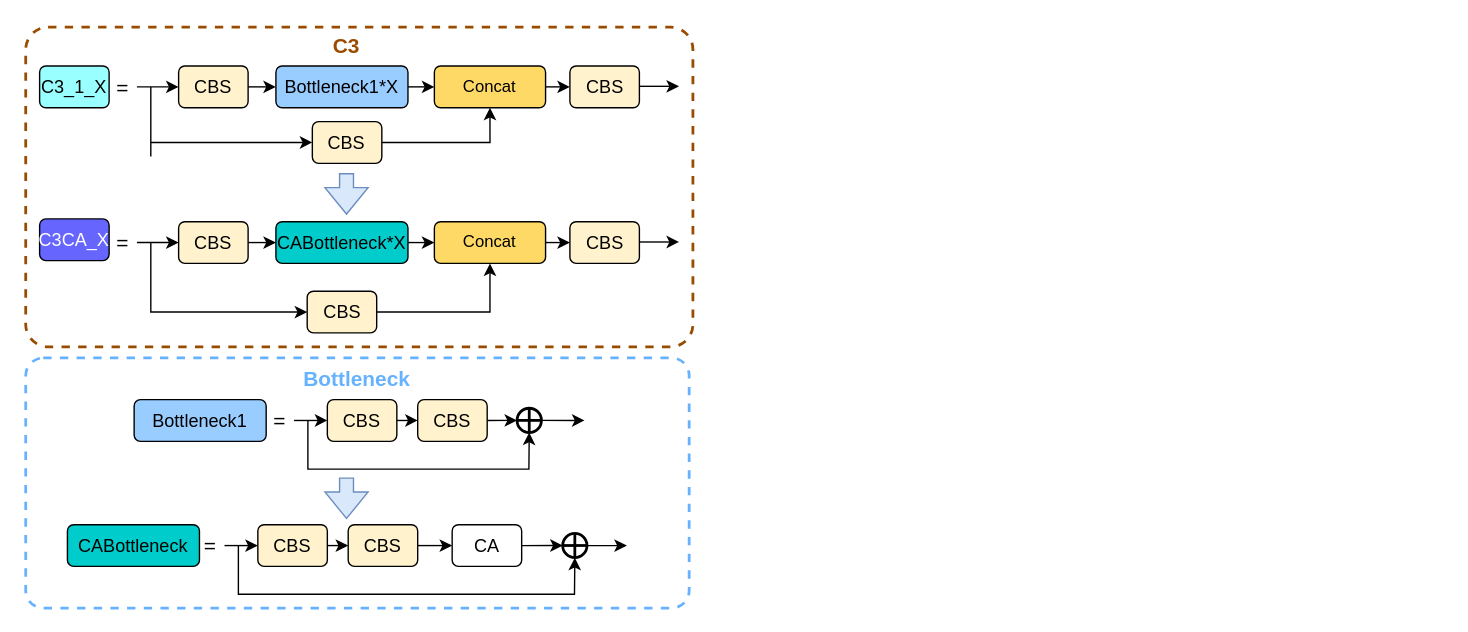
Earlier version of the draw.io diagram C3CA.drawio (HaoyuScut/PaddleOCR). Source tidied: cells renumbered, new cells numbered last; positions are measured from the earlier drawing's top-left corner, leaving out a move shared by most shapes. Both pictures are drawn from the tidied source at 139%, with x=0, y=0 at pixel (25, 24).
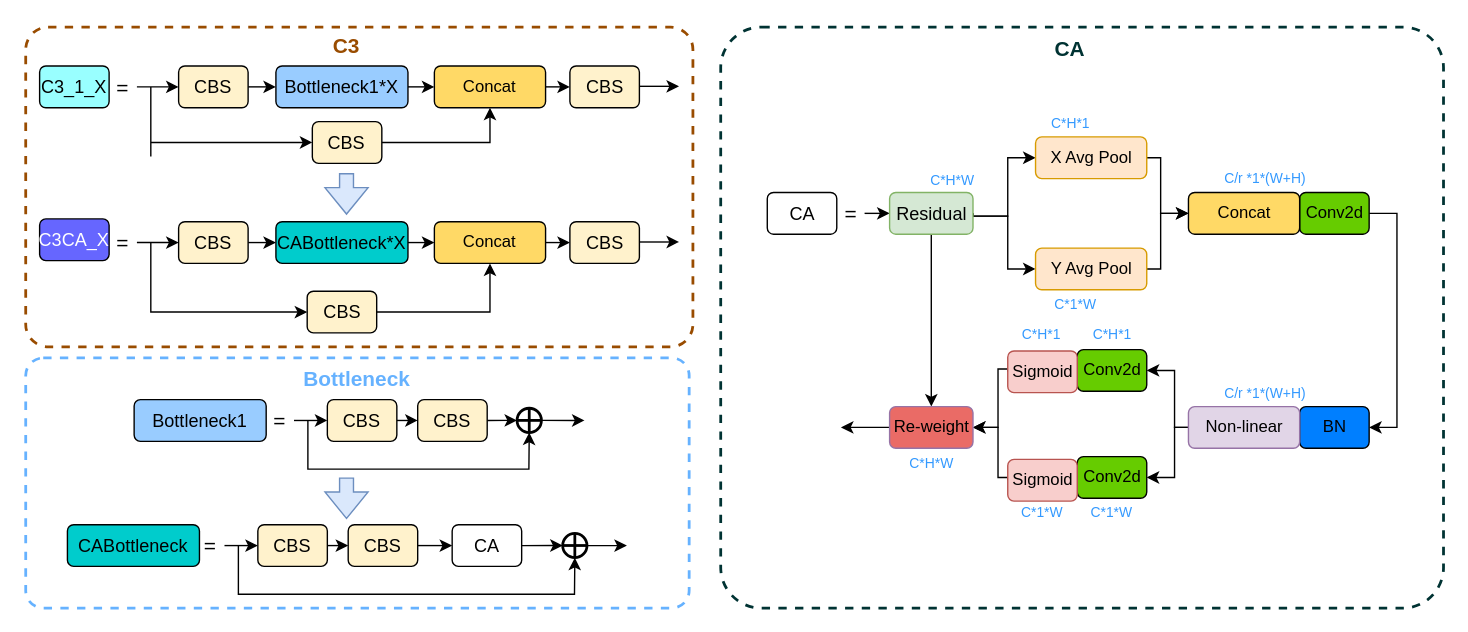
The same diagram, later.

Diff of the diagram source:
```diff
@@
+    <mxCell id="58" style="rounded=1;whiteSpace=wrap;html=1;shadow=0;dashed=1;fontSize=12;fontColor=#00994D;strokeColor=#003333;strokeWidth=2;fillColor=none;arcSize=7;" parent="1" vertex="1">
+      <mxGeometry x="500" y="2" width="520" height="418" as="geometry" />
+    </mxCell>
@@
+    <mxCell id="59" value="CA" style="rounded=1;whiteSpace=wrap;html=1;fillColor=#FFFFFF;strokeColor=#000000;fontSize=13;" parent="1" vertex="1">
+      <mxGeometry x="533.5" y="121" width="50" height="30" as="geometry" />
+    </mxCell>
+    <mxCell id="60" style="edgeStyle=orthogonalEdgeStyle;rounded=0;jettySize=auto;html=1;exitX=1;exitY=0.5;exitDx=0;exitDy=0;entryX=0;entryY=0.5;entryDx=0;entryDy=0;fontFamily=Helvetica;" parent="1" edge="1" source="61" target="65">
+      <mxGeometry relative="1" as="geometry" />
+    </mxCell>
+    <mxCell id="61" value="&lt;font color=&quot;#000000&quot;&gt;=&lt;/font&gt;" style="text;html=1;strokeColor=none;fillColor=none;align=center;verticalAlign=middle;whiteSpace=wrap;rounded=0;shadow=0;dashed=1;fontSize=15;fontColor=#00994D;" parent="1" vertex="1">
+      <mxGeometry x="583.5" y="121" width="20" height="30" as="geometry" />
+    </mxCell>
+    <mxCell id="62" style="edgeStyle=orthogonalEdgeStyle;rounded=0;jettySize=auto;html=1;exitX=1;exitY=0.5;exitDx=0;exitDy=0;entryX=0;entryY=0.5;entryDx=0;entryDy=0;" parent="1" edge="1" source="65" target="67">
+      <mxGeometry relative="1" as="geometry">
+        <Array as="points">
+          <mxPoint x="706.5" y="138" />
+          <mxPoint x="706.5" y="96" />
+        </Array>
+      </mxGeometry>
+    </mxCell>
+    <mxCell id="63" style="edgeStyle=orthogonalEdgeStyle;rounded=0;jettySize=auto;html=1;exitX=1;exitY=0.5;exitDx=0;exitDy=0;entryX=0;entryY=0.5;entryDx=0;entryDy=0;" parent="1" edge="1" source="65" target="69">
+      <mxGeometry relative="1" as="geometry">
+        <Array as="points">
+          <mxPoint x="706.5" y="138" />
+          <mxPoint x="706.5" y="176" />
+        </Array>
+      </mxGeometry>
+    </mxCell>
+    <mxCell id="64" style="edgeStyle=orthogonalEdgeStyle;rounded=0;jettySize=auto;html=1;exitX=0.5;exitY=1;exitDx=0;exitDy=0;entryX=0.5;entryY=0;entryDx=0;entryDy=0;fontFamily=Helvetica;" parent="1" edge="1" source="65" target="83">
+      <mxGeometry relative="1" as="geometry" />
+    </mxCell>
+    <mxCell id="65" value="Residual" style="rounded=1;whiteSpace=wrap;html=1;fillColor=#d5e8d4;strokeColor=#82b366;fontSize=13;" parent="1" vertex="1">
+      <mxGeometry x="621.5" y="121" width="60" height="30" as="geometry" />
+    </mxCell>
+    <mxCell id="66" style="edgeStyle=orthogonalEdgeStyle;rounded=0;jettySize=auto;html=1;exitX=1;exitY=0.5;exitDx=0;exitDy=0;entryX=0;entryY=0.5;entryDx=0;entryDy=0;" parent="1" edge="1" source="67">
+      <mxGeometry relative="1" as="geometry">
+        <mxPoint x="836.5" y="136" as="targetPoint" />
+        <Array as="points">
+          <mxPoint x="816.5" y="96" />
+          <mxPoint x="816.5" y="136" />
+        </Array>
+      </mxGeometry>
+    </mxCell>
+    <mxCell id="67" value="X Avg Pool" style="rounded=1;whiteSpace=wrap;html=1;fillColor=#ffe6cc;strokeColor=#d79b00;" parent="1" vertex="1">
+      <mxGeometry x="726.5" y="81" width="80" height="30" as="geometry" />
+    </mxCell>
+    <mxCell id="68" style="edgeStyle=orthogonalEdgeStyle;rounded=0;jettySize=auto;html=1;exitX=1;exitY=0.5;exitDx=0;exitDy=0;entryX=0;entryY=0.5;entryDx=0;entryDy=0;" parent="1" edge="1" source="69" target="94">
+      <mxGeometry relative="1" as="geometry">
+        <Array as="points">
+          <mxPoint x="816.5" y="176" />
+          <mxPoint x="816.5" y="136" />
+        </Array>
+      </mxGeometry>
+    </mxCell>
+    <mxCell id="69" value="Y Avg Pool" style="rounded=1;whiteSpace=wrap;html=1;fillColor=#ffe6cc;strokeColor=#d79b00;" parent="1" vertex="1">
+      <mxGeometry x="726.5" y="161" width="80" height="30" as="geometry" />
+    </mxCell>
+    <mxCell id="70" style="edgeStyle=orthogonalEdgeStyle;rounded=0;jettySize=auto;html=1;exitX=1;exitY=0.5;exitDx=0;exitDy=0;fontFamily=Helvetica;entryX=1;entryY=0.5;entryDx=0;entryDy=0;" parent="1" edge="1" source="71" target="72">
+      <mxGeometry relative="1" as="geometry" />
+    </mxCell>
+    <mxCell id="71" value="Conv2d" style="rounded=1;whiteSpace=wrap;html=1;fillColor=#66CC00;strokeColor=#000000;" parent="1" vertex="1">
+      <mxGeometry x="916.5" y="121" width="50" height="30" as="geometry" />
+    </mxCell>
+    <mxCell id="72" value="&lt;font color=&quot;#000000&quot;&gt;BN&lt;/font&gt;" style="rounded=1;whiteSpace=wrap;html=1;fillColor=#007FFF;strokeColor=#000000;fontColor=#ffffff;" parent="1" vertex="1">
+      <mxGeometry x="916.5" y="275" width="50" height="30" as="geometry" />
+    </mxCell>
+    <mxCell id="73" style="edgeStyle=orthogonalEdgeStyle;rounded=0;jettySize=auto;html=1;exitX=0;exitY=0.5;exitDx=0;exitDy=0;fontFamily=Helvetica;entryX=1;entryY=0.5;entryDx=0;entryDy=0;" parent="1" edge="1" source="75" target="76">
+      <mxGeometry relative="1" as="geometry">
+        <Array as="points">
+          <mxPoint x="826.5" y="290" />
+          <mxPoint x="826.5" y="249" />
+        </Array>
+      </mxGeometry>
+    </mxCell>
+    <mxCell id="74" style="edgeStyle=orthogonalEdgeStyle;rounded=0;jettySize=auto;html=1;exitX=0;exitY=0.5;exitDx=0;exitDy=0;entryX=1;entryY=0.5;entryDx=0;entryDy=0;fontFamily=Helvetica;" parent="1" edge="1" source="75" target="77">
+      <mxGeometry relative="1" as="geometry">
+        <Array as="points">
+          <mxPoint x="826.5" y="290" />
+          <mxPoint x="826.5" y="326" />
+        </Array>
+      </mxGeometry>
+    </mxCell>
+    <mxCell id="75" value="&lt;font color=&quot;#000000&quot;&gt;Non-linear&lt;/font&gt;" style="rounded=1;whiteSpace=wrap;html=1;fillColor=#e1d5e7;strokeColor=#9673a6;" parent="1" vertex="1">
+      <mxGeometry x="836.5" y="275" width="80" height="30" as="geometry" />
+    </mxCell>
+    <mxCell id="76" value="Conv2d" style="rounded=1;whiteSpace=wrap;html=1;fillColor=#66CC00;strokeColor=#000000;" parent="1" vertex="1">
+      <mxGeometry x="756.5" y="234" width="50" height="30" as="geometry" />
+    </mxCell>
+    <mxCell id="77" value="Conv2d" style="rounded=1;whiteSpace=wrap;html=1;fillColor=#66CC00;strokeColor=#000000;" parent="1" vertex="1">
+      <mxGeometry x="756.5" y="311" width="50" height="30" as="geometry" />
+    </mxCell>
+    <mxCell id="78" style="edgeStyle=orthogonalEdgeStyle;rounded=0;jettySize=auto;html=1;exitX=0;exitY=0.5;exitDx=0;exitDy=0;entryX=1;entryY=0.5;entryDx=0;entryDy=0;fontFamily=Helvetica;" parent="1" edge="1" source="79" target="83">
+      <mxGeometry relative="1" as="geometry">
+        <Array as="points">
+          <mxPoint x="706.5" y="248" />
+          <mxPoint x="699.5" y="248" />
+          <mxPoint x="699.5" y="290" />
+        </Array>
+      </mxGeometry>
+    </mxCell>
+    <mxCell id="79" value="Sigmoid" style="rounded=1;whiteSpace=wrap;html=1;fillColor=#f8cecc;strokeColor=#b85450;" parent="1" vertex="1">
+      <mxGeometry x="706.5" y="235" width="50" height="30" as="geometry" />
+    </mxCell>
+    <mxCell id="80" style="edgeStyle=orthogonalEdgeStyle;rounded=0;jettySize=auto;html=1;exitX=0;exitY=0.5;exitDx=0;exitDy=0;entryX=1;entryY=0.5;entryDx=0;entryDy=0;fontFamily=Helvetica;" parent="1" edge="1" source="81" target="83">
+      <mxGeometry relative="1" as="geometry">
+        <Array as="points">
+          <mxPoint x="706.5" y="326" />
+          <mxPoint x="699.5" y="326" />
+          <mxPoint x="699.5" y="290" />
+        </Array>
+      </mxGeometry>
+    </mxCell>
+    <mxCell id="81" value="Sigmoid" style="rounded=1;whiteSpace=wrap;html=1;fillColor=#f8cecc;strokeColor=#b85450;" parent="1" vertex="1">
+      <mxGeometry x="706.5" y="313" width="50" height="30" as="geometry" />
+    </mxCell>
+    <mxCell id="82" style="edgeStyle=orthogonalEdgeStyle;rounded=0;jettySize=auto;html=1;exitX=0;exitY=0.5;exitDx=0;exitDy=0;fontFamily=Helvetica;" parent="1" edge="1" source="83">
+      <mxGeometry relative="1" as="geometry">
+        <mxPoint x="586.5" y="290.3" as="targetPoint" />
+      </mxGeometry>
+    </mxCell>
+    <mxCell id="83" value="&lt;font color=&quot;#000000&quot;&gt;Re-weight&lt;/font&gt;" style="rounded=1;whiteSpace=wrap;html=1;fillColor=#EA6B66;strokeColor=#9673a6;" parent="1" vertex="1">
+      <mxGeometry x="621.5" y="275" width="60" height="30" as="geometry" />
+    </mxCell>
+    <mxCell id="84" value="&lt;font color=&quot;#3399ff&quot;&gt;&lt;span style=&quot;font-size: 10px;&quot;&gt;C*H*W&lt;/span&gt;&lt;/font&gt;" style="text;html=1;strokeColor=none;fillColor=none;align=center;verticalAlign=middle;whiteSpace=wrap;rounded=0;shadow=0;dashed=1;fontColor=#F19C99;" parent="1" vertex="1">
+      <mxGeometry x="641.5" y="101" width="50" height="22" as="geometry" />
+    </mxCell>
+    <mxCell id="85" value="&lt;font color=&quot;#3399ff&quot;&gt;&lt;span style=&quot;font-size: 10px;&quot;&gt;C*H*1&lt;/span&gt;&lt;/font&gt;" style="text;html=1;strokeColor=none;fillColor=none;align=center;verticalAlign=middle;whiteSpace=wrap;rounded=0;shadow=0;dashed=1;fontColor=#F19C99;" parent="1" vertex="1">
+      <mxGeometry x="726.5" y="61" width="50" height="20" as="geometry" />
+    </mxCell>
+    <mxCell id="86" value="&lt;font color=&quot;#3399ff&quot;&gt;&lt;span style=&quot;font-size: 10px;&quot;&gt;C*1*W&lt;/span&gt;&lt;/font&gt;" style="text;html=1;strokeColor=none;fillColor=none;align=center;verticalAlign=middle;whiteSpace=wrap;rounded=0;shadow=0;dashed=1;fontColor=#F19C99;" parent="1" vertex="1">
+      <mxGeometry x="733.5" y="191" width="43" height="20" as="geometry" />
+    </mxCell>
+    <mxCell id="87" value="&lt;font color=&quot;#3399ff&quot;&gt;&lt;span style=&quot;font-size: 10px;&quot;&gt;C/r *1*(W+H)&lt;/span&gt;&lt;/font&gt;" style="text;html=1;strokeColor=none;fillColor=none;align=center;verticalAlign=middle;whiteSpace=wrap;rounded=0;shadow=0;dashed=1;fontColor=#F19C99;" parent="1" vertex="1">
+      <mxGeometry x="836.5" y="101" width="110" height="20" as="geometry" />
+    </mxCell>
+    <mxCell id="88" value="&lt;font color=&quot;#3399ff&quot;&gt;&lt;span style=&quot;font-size: 10px;&quot;&gt;C/r *1*(W+H)&lt;/span&gt;&lt;/font&gt;" style="text;html=1;strokeColor=none;fillColor=none;align=center;verticalAlign=middle;whiteSpace=wrap;rounded=0;shadow=0;dashed=1;fontColor=#F19C99;" parent="1" vertex="1">
+      <mxGeometry x="836.5" y="255" width="110" height="20" as="geometry" />
+    </mxCell>
+    <mxCell id="89" value="&lt;font color=&quot;#3399ff&quot;&gt;&lt;span style=&quot;font-size: 10px;&quot;&gt;C*H*1&lt;/span&gt;&lt;/font&gt;" style="text;html=1;strokeColor=none;fillColor=none;align=center;verticalAlign=middle;whiteSpace=wrap;rounded=0;shadow=0;dashed=1;fontColor=#F19C99;" parent="1" vertex="1">
+      <mxGeometry x="706" y="213" width="50" height="20" as="geometry" />
+    </mxCell>
+    <mxCell id="90" value="&lt;font color=&quot;#3399ff&quot;&gt;&lt;span style=&quot;font-size: 10px;&quot;&gt;C*H*1&lt;/span&gt;&lt;/font&gt;" style="text;html=1;strokeColor=none;fillColor=none;align=center;verticalAlign=middle;whiteSpace=wrap;rounded=0;shadow=0;dashed=1;fontColor=#F19C99;" parent="1" vertex="1">
+      <mxGeometry x="756.5" y="213" width="50" height="20" as="geometry" />
+    </mxCell>
+    <mxCell id="91" value="&lt;font color=&quot;#3399ff&quot;&gt;&lt;span style=&quot;font-size: 10px;&quot;&gt;C*1*W&lt;/span&gt;&lt;/font&gt;" style="text;html=1;strokeColor=none;fillColor=none;align=center;verticalAlign=middle;whiteSpace=wrap;rounded=0;shadow=0;dashed=1;fontColor=#F19C99;" parent="1" vertex="1">
+      <mxGeometry x="709.5" y="341" width="43" height="20" as="geometry" />
+    </mxCell>
+    <mxCell id="92" value="&lt;font color=&quot;#3399ff&quot;&gt;&lt;span style=&quot;font-size: 10px;&quot;&gt;C*1*W&lt;/span&gt;&lt;/font&gt;" style="text;html=1;strokeColor=none;fillColor=none;align=center;verticalAlign=middle;whiteSpace=wrap;rounded=0;shadow=0;dashed=1;fontColor=#F19C99;" parent="1" vertex="1">
+      <mxGeometry x="760" y="341" width="43" height="20" as="geometry" />
+    </mxCell>
+    <mxCell id="93" value="&lt;font color=&quot;#3399ff&quot;&gt;&lt;span style=&quot;font-size: 10px;&quot;&gt;C*H*W&lt;/span&gt;&lt;/font&gt;" style="text;html=1;strokeColor=none;fillColor=none;align=center;verticalAlign=middle;whiteSpace=wrap;rounded=0;shadow=0;dashed=1;fontColor=#F19C99;" parent="1" vertex="1">
+      <mxGeometry x="626.5" y="305" width="50" height="22" as="geometry" />
+    </mxCell>
+    <mxCell id="94" value="Concat" style="rounded=1;whiteSpace=wrap;html=1;fillColor=#FFD966;strokeColor=#000000;" parent="1" vertex="1">
+      <mxGeometry x="836.5" y="121" width="80" height="30" as="geometry" />
+    </mxCell>
+    <mxCell id="95" value="&lt;font color=&quot;#003333&quot; style=&quot;font-size: 15px;&quot;&gt;&lt;b style=&quot;&quot;&gt;CA&lt;/b&gt;&lt;/font&gt;" style="text;html=1;strokeColor=none;fillColor=none;align=center;verticalAlign=middle;whiteSpace=wrap;rounded=0;shadow=0;dashed=1;" parent="1" vertex="1">
+      <mxGeometry x="729" y="2" width="45.1" height="30" as="geometry" />
+    </mxCell>
```
